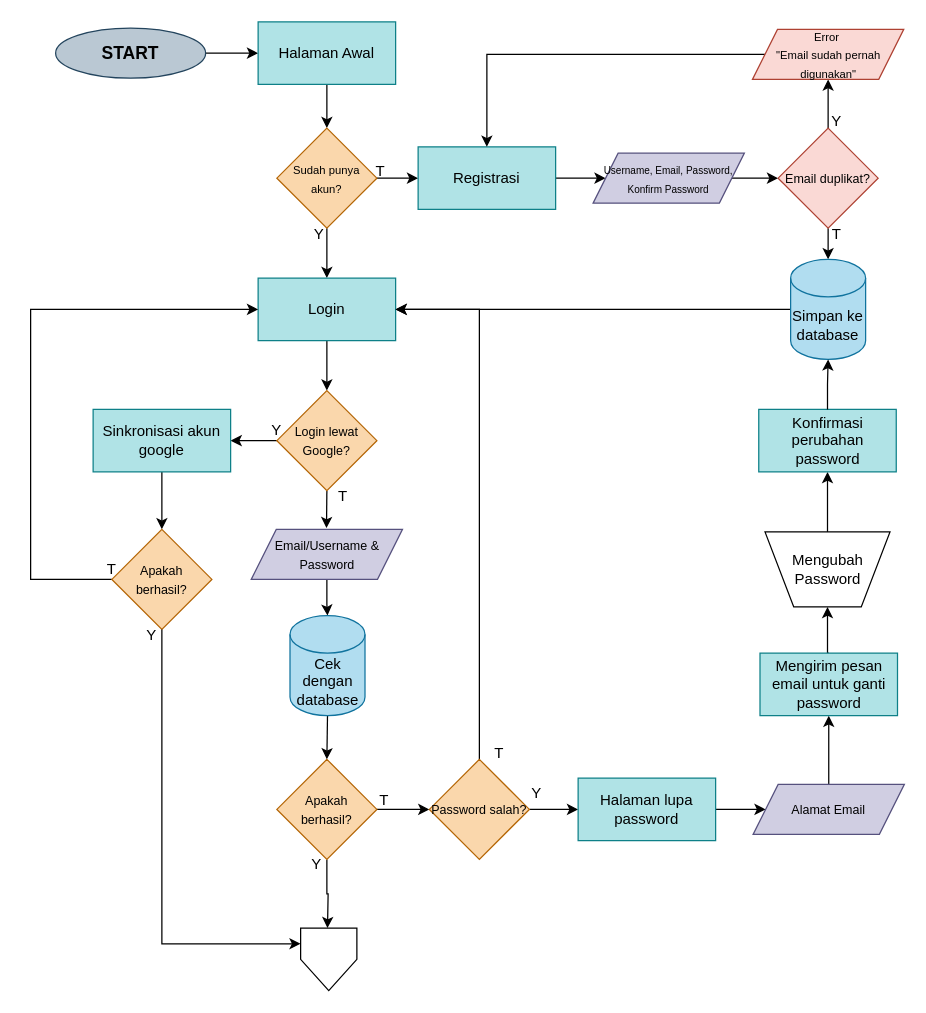
rentsaisy/PYTHON keeps this draw.io diagram as Projects/Project UAS/Pritask(1).drawio. Above is the earlier version. Source tidied: cells renumbered, new cells numbered last; positions are measured from the earlier drawing's top-left corner, leaving out a move shared by most shapes. Both pictures are drawn from the tidied source at 125%, with x=0, y=0 at pixel (30, 21).
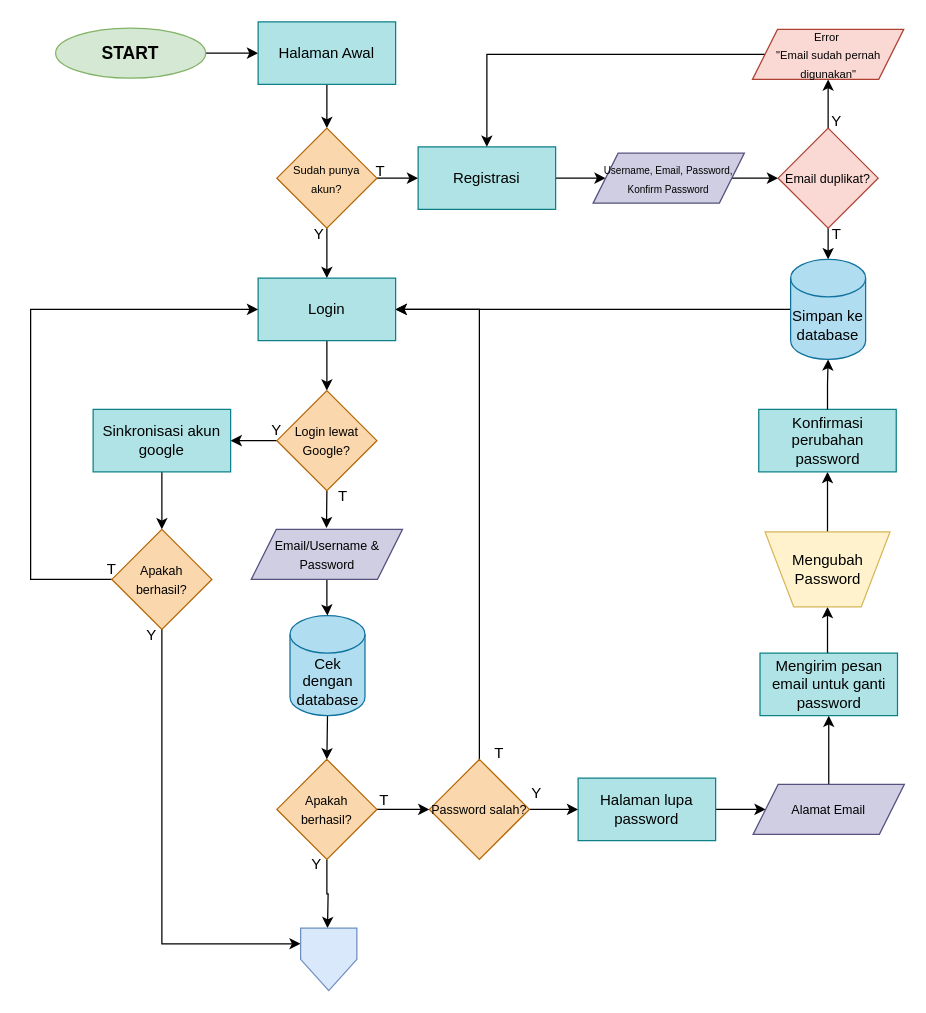
After the change.

Diff of the diagram source:
```diff
@@
-    <mxCell id="3" value="&lt;font style=&quot;font-size: 14px;&quot;&gt;START&lt;/font&gt;" style="ellipse;whiteSpace=wrap;html=1;fontStyle=1;fillColor=#bac8d3;strokeColor=#23445d;" parent="1" vertex="1">
+    <mxCell id="3" value="&lt;font style=&quot;font-size: 14px;&quot;&gt;START&lt;/font&gt;" style="ellipse;whiteSpace=wrap;html=1;fontStyle=1;fillColor=#d5e8d4;strokeColor=#82b366;" parent="1" vertex="1">
       <mxGeometry x="20" y="5" width="120" height="40" as="geometry" />
     </mxCell>
@@
-    <mxCell id="57" value="Mengubah Password" style="verticalLabelPosition=middle;verticalAlign=middle;html=1;shape=trapezoid;perimeter=trapezoidPerimeter;whiteSpace=wrap;size=0.23;arcSize=10;flipV=1;labelPosition=center;align=center;" parent="1" vertex="1">
+    <mxCell id="57" value="Mengubah Password" style="verticalLabelPosition=middle;verticalAlign=middle;html=1;shape=trapezoid;perimeter=trapezoidPerimeter;whiteSpace=wrap;size=0.23;arcSize=10;flipV=1;labelPosition=center;align=center;fillColor=#fff2cc;strokeColor=#d6b656;" parent="1" vertex="1">
       <mxGeometry x="587.5" y="408" width="100" height="60" as="geometry" />
     </mxCell>
@@
-    <mxCell id="62" style="verticalLabelPosition=bottom;verticalAlign=top;html=1;shape=offPageConnector;rounded=0;size=0.5;" parent="1" vertex="1">
+    <mxCell id="62" style="verticalLabelPosition=bottom;verticalAlign=top;html=1;shape=offPageConnector;rounded=0;size=0.5;fillColor=#dae8fc;strokeColor=#6c8ebf;" parent="1" vertex="1">
       <mxGeometry x="216" y="725" width="45" height="50" as="geometry" />
     </mxCell>
```
